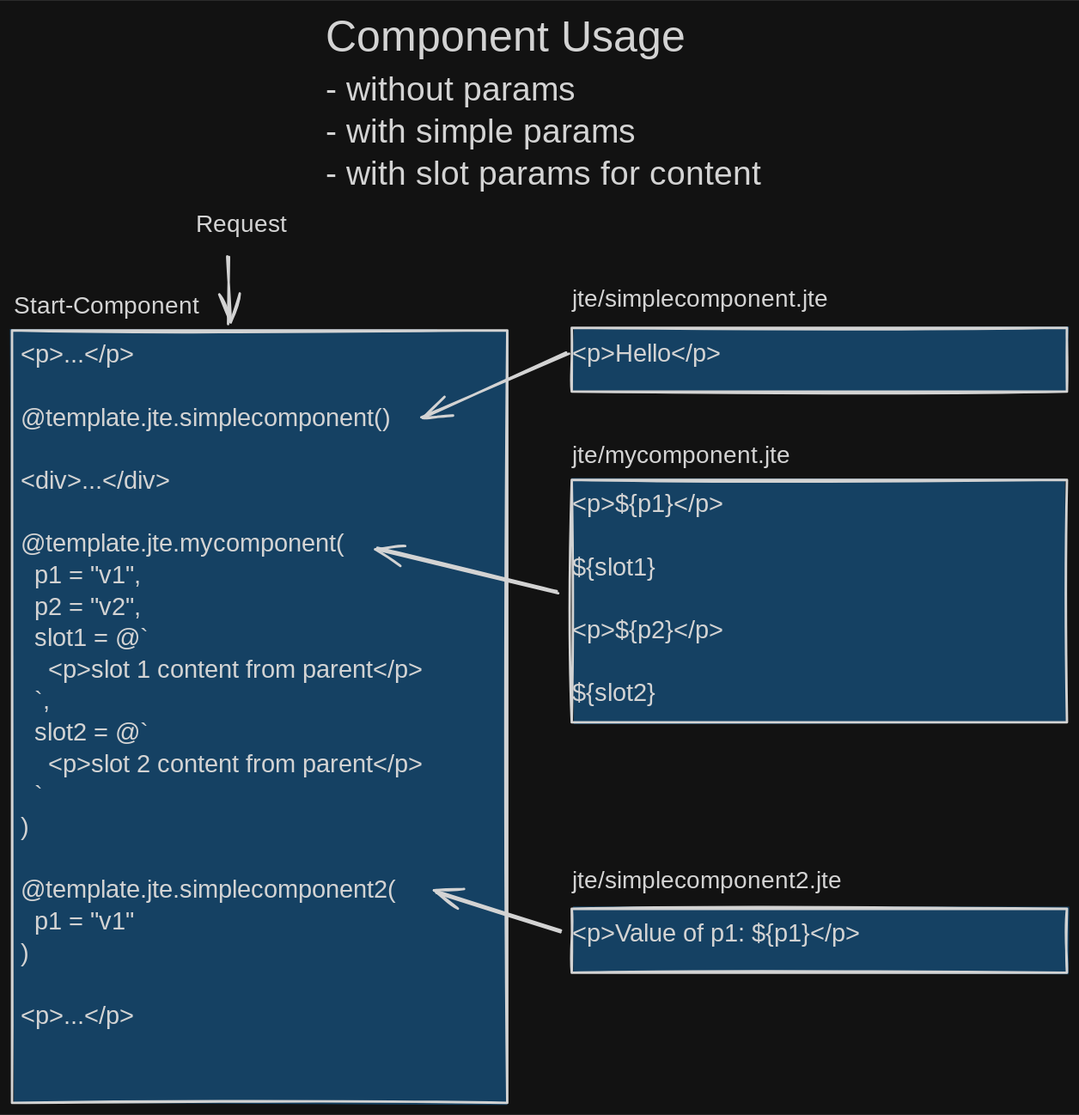
Before: docs/jte-component-usage-raw.excalidraw.svg, a diagram exported from Excalidraw (svene/2025-08-23_ssfe-patterns-jte-vc-htmx). Source tidied: one line per element, renumbered; positions are measured from the earlier drawing's top-left corner, leaving out a move shared by most shapes.
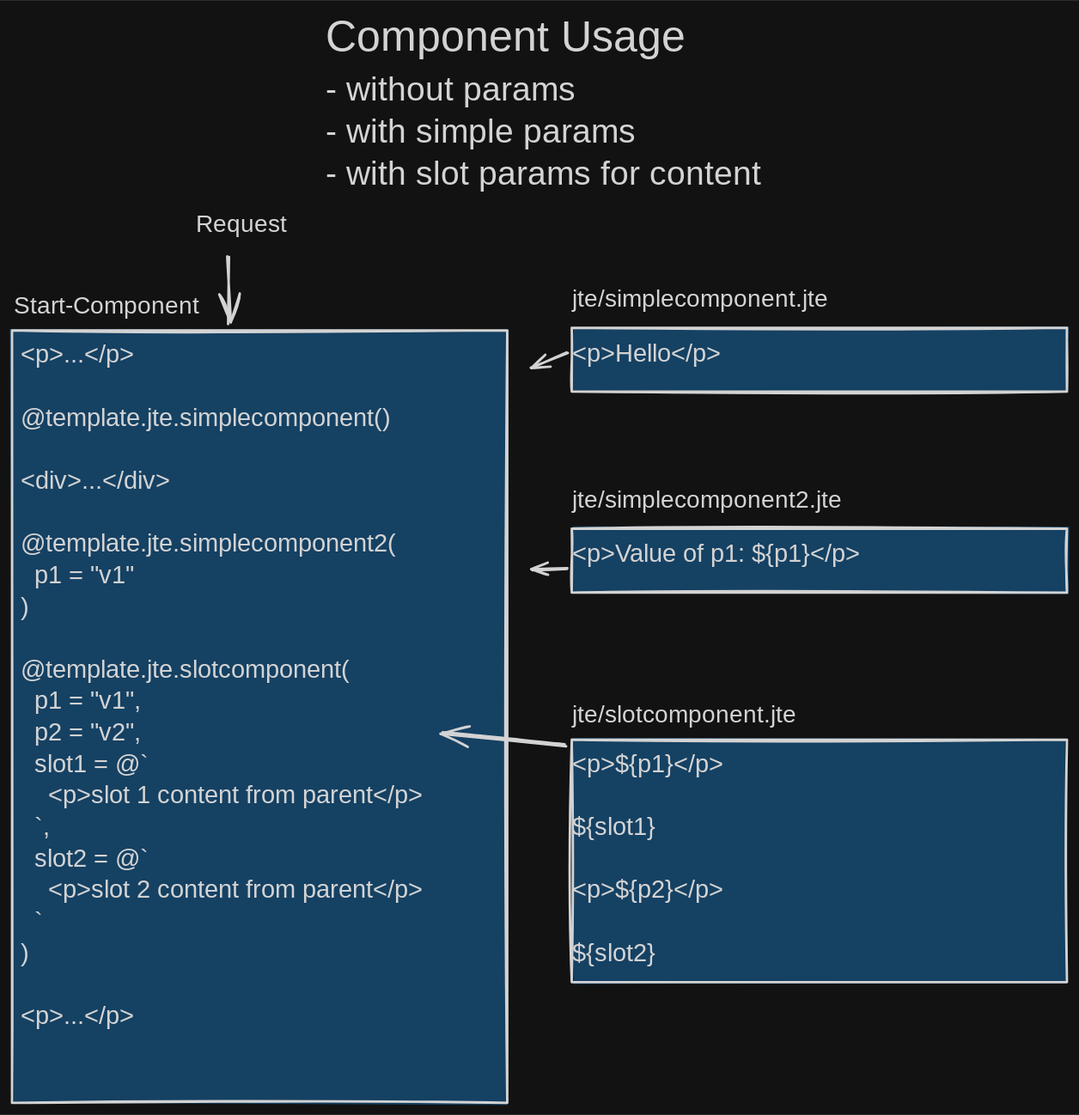
After the commit.

Commit message:
docs for component usage

Diff of the diagram source:
```diff
@@ -1,19 +1,19 @@
 {"id": 0, "type": "rectangle", "strokeColor": "#1e1e1e", "backgroundColor": "#a5d8ff", "fillStyle": "solid", "strokeWidth": 2, "roughness": 1, "x": 0, "y": 265, "width": 412, "height": 642}
-{"id": 1, "type": "rectangle", "strokeColor": "#1e1e1e", "backgroundColor": "#a5d8ff", "fillStyle": "solid", "strokeWidth": 2, "roughness": 1, "x": 465, "y": 389, "width": 412, "height": 202}
+{"id": 1, "type": "rectangle", "strokeColor": "#1e1e1e", "backgroundColor": "#a5d8ff", "fillStyle": "solid", "strokeWidth": 2, "roughness": 1, "x": 465, "y": 605, "width": 412, "height": 202}
 {"id": 2, "type": "rectangle", "strokeColor": "#1e1e1e", "backgroundColor": "#a5d8ff", "fillStyle": "solid", "strokeWidth": 2, "roughness": 1, "x": 465, "y": 262, "width": 412, "height": 53}
-{"id": 3, "type": "rectangle", "strokeColor": "#1e1e1e", "backgroundColor": "#a5d8ff", "fillStyle": "solid", "strokeWidth": 2, "roughness": 1, "x": 465, "y": 746, "width": 412, "height": 53}
+{"id": 3, "type": "rectangle", "strokeColor": "#1e1e1e", "backgroundColor": "#a5d8ff", "fillStyle": "solid", "strokeWidth": 2, "roughness": 1, "x": 465, "y": 430, "width": 412, "height": 53}
-{"id": 4, "type": "text", "text": "<p>...</p>\n\n@template.jte.simplecomponent()\n\n<div>...</div>\n\n@template.jte.mycomponent(\n  p1 = \"v1\",\n  p2 = \"v2\",\n  slot1 = @`\n    <p>slot 1 content from parent</p>\n  `,\n  slot2 = @`\n    <p>slot 2 content from parent</p>\n  `\n)\n\n@template.jte.simplecomponent2(\n  p1 = \"v1\"\n)\n\n<p>...</p>", "strokeColor": "#1e1e1e", "backgroundColor": "#a5d8ff", "fillStyle": "solid", "strokeWidth": 2, "strokeStyle": "dotted", "roughness": 1, "fontSize": 20.94, "fontFamily": 5, "x": 7, "y": 273, "width": 393, "height": 576}
+{"id": 4, "type": "text", "text": "<p>...</p>\n\n@template.jte.simplecomponent()\n\n<div>...</div>\n\n@template.jte.simplecomponent2(\n  p1 = \"v1\"\n)\n\n@template.jte.slotcomponent(\n  p1 = \"v1\",\n  p2 = \"v2\",\n  slot1 = @`\n    <p>slot 1 content from parent</p>\n  `,\n  slot2 = @`\n    <p>slot 2 content from parent</p>\n  `\n)\n\n<p>...</p>", "strokeColor": "#1e1e1e", "backgroundColor": "#a5d8ff", "fillStyle": "solid", "strokeWidth": 2, "strokeStyle": "dotted", "roughness": 1, "fontSize": 20.94, "fontFamily": 5, "x": 7, "y": 273, "width": 393, "height": 576}
-{"id": 5, "type": "text", "text": "<p>${p1}</p>\n\n${slot1}\n\n<p>${p2}</p>\n\n${slot2}\n", "strokeColor": "#1e1e1e", "backgroundColor": "#a5d8ff", "fillStyle": "solid", "strokeWidth": 2, "strokeStyle": "dotted", "roughness": 1, "fontSize": 20.94, "fontFamily": 5, "x": 465, "y": 397, "width": 143, "height": 209}
+{"id": 5, "type": "text", "text": "<p>${p1}</p>\n\n${slot1}\n\n<p>${p2}</p>\n\n${slot2}\n", "strokeColor": "#1e1e1e", "backgroundColor": "#a5d8ff", "fillStyle": "solid", "strokeWidth": 2, "strokeStyle": "dotted", "roughness": 1, "fontSize": 20.94, "fontFamily": 5, "x": 465, "y": 613, "width": 143, "height": 209}
 {"id": 6, "type": "text", "text": "<p>Hello</p>", "strokeColor": "#1e1e1e", "backgroundColor": "#a5d8ff", "fillStyle": "solid", "strokeWidth": 2, "strokeStyle": "dotted", "roughness": 1, "fontSize": 20.94, "fontFamily": 5, "x": 465, "y": 272, "width": 126, "height": 26}
-{"id": 7, "type": "text", "text": "<p>Value of p1: ${p1}</p>", "strokeColor": "#1e1e1e", "backgroundColor": "#a5d8ff", "fillStyle": "solid", "strokeWidth": 2, "strokeStyle": "dotted", "roughness": 1, "fontSize": 20.94, "fontFamily": 5, "x": 465, "y": 754, "width": 262, "height": 26}
+{"id": 7, "type": "text", "text": "<p>Value of p1: ${p1}</p>", "strokeColor": "#1e1e1e", "backgroundColor": "#a5d8ff", "fillStyle": "solid", "strokeWidth": 2, "strokeStyle": "dotted", "roughness": 1, "fontSize": 20.94, "fontFamily": 5, "x": 465, "y": 438, "width": 262, "height": 26}
 {"id": 8, "type": "arrow", "strokeColor": "#1e1e1e", "backgroundColor": "#a5d8ff", "fillStyle": "solid", "strokeWidth": 2, "roughness": 1, "endArrowhead": "arrow", "round": true, "to": 9, "x": 181, "y": 202, "width": 0, "height": 56, "points": [[0, 0], [0, 56]]}
 {"id": 9, "type": "text", "text": "Start-Component", "strokeColor": "#1e1e1e", "backgroundColor": "#a5d8ff", "fillStyle": "solid", "strokeWidth": 2, "strokeStyle": "dotted", "roughness": 1, "fontSize": 20, "fontFamily": 5, "x": 1, "y": 233, "width": 167, "height": 25}
 {"id": 10, "type": "text", "text": "jte/simplecomponent.jte", "strokeColor": "#1e1e1e", "backgroundColor": "#a5d8ff", "fillStyle": "solid", "strokeWidth": 2, "strokeStyle": "dotted", "roughness": 1, "fontSize": 20, "fontFamily": 5, "x": 465, "y": 227, "width": 229, "height": 25}
-{"id": 11, "type": "text", "text": "jte/simplecomponent2.jte", "strokeColor": "#1e1e1e", "backgroundColor": "#a5d8ff", "fillStyle": "solid", "strokeWidth": 2, "strokeStyle": "dotted", "roughness": 1, "fontSize": 20, "fontFamily": 5, "x": 465, "y": 711, "width": 243, "height": 25}
+{"id": 11, "type": "text", "text": "jte/simplecomponent2.jte", "strokeColor": "#1e1e1e", "backgroundColor": "#a5d8ff", "fillStyle": "solid", "strokeWidth": 2, "strokeStyle": "dotted", "roughness": 1, "fontSize": 20, "fontFamily": 5, "x": 465, "y": 395, "width": 243, "height": 25}
-{"id": 12, "type": "text", "text": "jte/mycomponent.jte", "strokeColor": "#1e1e1e", "backgroundColor": "#a5d8ff", "fillStyle": "solid", "strokeWidth": 2, "strokeStyle": "dotted", "roughness": 1, "fontSize": 20, "fontFamily": 5, "x": 465, "y": 357, "width": 198, "height": 25}
+{"id": 12, "type": "text", "text": "jte/slotcomponent.jte", "strokeColor": "#1e1e1e", "backgroundColor": "#a5d8ff", "fillStyle": "solid", "strokeWidth": 2, "strokeStyle": "dotted", "roughness": 1, "fontSize": 20, "fontFamily": 5, "x": 465, "y": 573, "width": 213, "height": 25}
 {"id": 13, "type": "text", "text": "Request", "strokeColor": "#1e1e1e", "backgroundColor": "#a5d8ff", "fillStyle": "solid", "strokeWidth": 2, "roughness": 1, "fontSize": 20, "fontFamily": 5, "x": 152, "y": 165, "width": 80, "height": 25}
-{"id": 14, "type": "arrow", "strokeColor": "#1e1e1e", "backgroundColor": "#a5d8ff", "fillStyle": "solid", "strokeWidth": 2, "roughness": 1, "startArrowhead": "arrow", "round": true, "from": 4, "to": 6, "x": 342, "y": 336, "width": 120, "height": 53, "points": [[0, 0], [120, -53]]}
+{"id": 14, "type": "arrow", "strokeColor": "#1e1e1e", "backgroundColor": "#a5d8ff", "fillStyle": "solid", "strokeWidth": 2, "roughness": 1, "startArrowhead": "arrow", "round": true, "from": 4, "to": 6, "x": 432, "y": 295, "width": 29, "height": 12, "points": [[0, 0], [29, -12]]}
-{"id": 15, "type": "arrow", "strokeColor": "#1e1e1e", "backgroundColor": "#a5d8ff", "fillStyle": "solid", "strokeWidth": 2, "roughness": 1, "startArrowhead": "arrow", "round": true, "to": 5, "x": 303, "y": 447, "width": 151, "height": 35, "points": [[0, 0], [151, 35]]}
+{"id": 15, "type": "arrow", "strokeColor": "#1e1e1e", "backgroundColor": "#a5d8ff", "fillStyle": "solid", "strokeWidth": 2, "roughness": 1, "startArrowhead": "arrow", "round": true, "from": 4, "to": 12, "x": 357, "y": 601, "width": 104, "height": 9, "points": [[0, 0], [104, 9]]}
-{"id": 16, "type": "arrow", "strokeColor": "#1e1e1e", "backgroundColor": "#a5d8ff", "fillStyle": "solid", "strokeWidth": 2, "roughness": 1, "startArrowhead": "arrow", "round": true, "to": 7, "x": 351, "y": 731, "width": 104, "height": 32, "points": [[0, 0], [104, 32]]}
+{"id": 16, "type": "arrow", "strokeColor": "#1e1e1e", "backgroundColor": "#a5d8ff", "fillStyle": "solid", "strokeWidth": 2, "roughness": 1, "startArrowhead": "arrow", "round": true, "from": 4, "to": 7, "x": 432, "y": 464, "width": 29, "height": 1, "points": [[0, 0], [29, -1]]}
 {"id": 17, "type": "text", "text": "- without params\n- with simple params\n- with slot params for content", "strokeColor": "#1e1e1e", "backgroundColor": "#a5d8ff", "fillStyle": "solid", "strokeWidth": 2, "roughness": 1, "fontSize": 28, "fontFamily": 5, "x": 260, "y": 49, "width": 419, "height": 105}
 {"id": 18, "type": "text", "text": "Component Usage", "strokeColor": "#1e1e1e", "backgroundColor": "#a5d8ff", "fillStyle": "solid", "strokeWidth": 2, "roughness": 1, "fontSize": 36, "fontFamily": 5, "x": 260, "y": 0, "width": 306, "height": 45}
```
